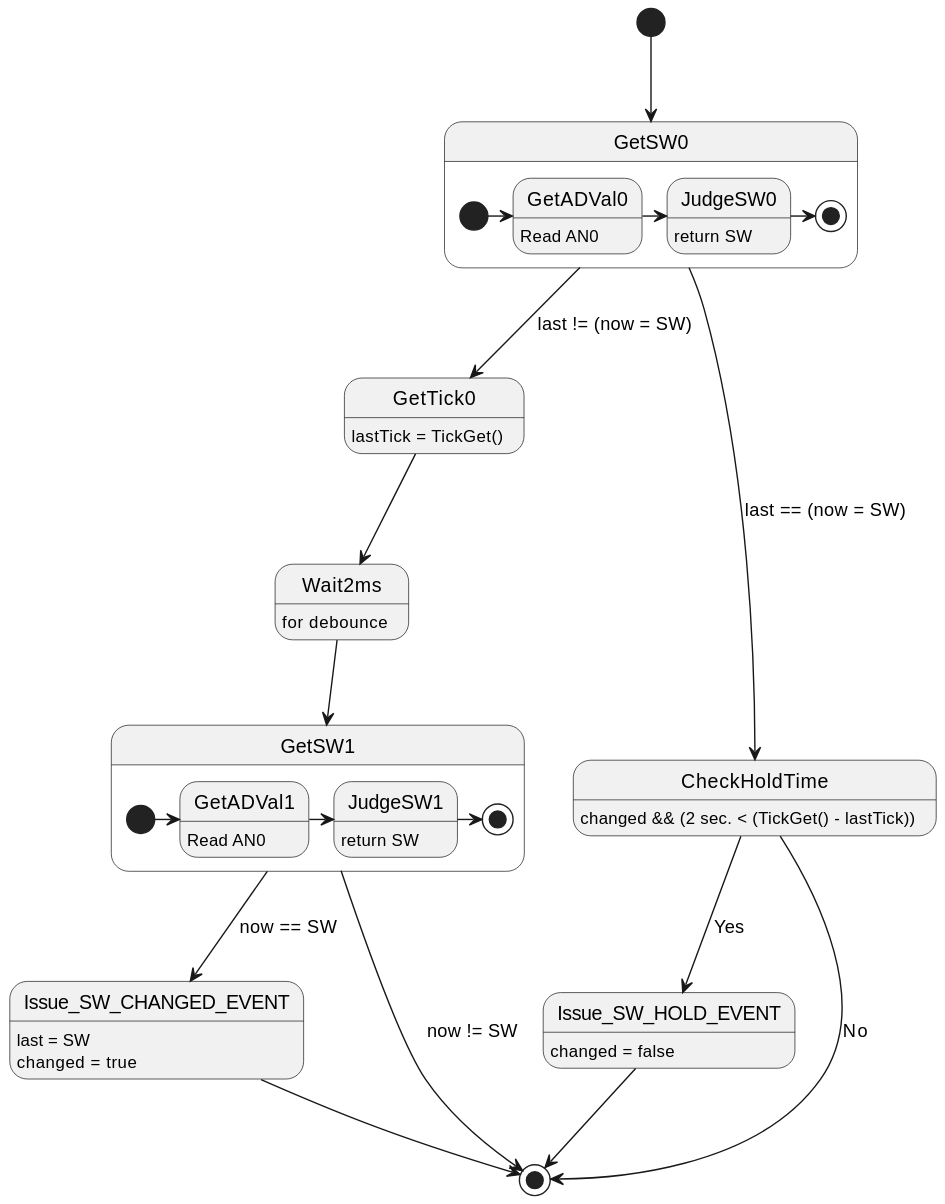
JJ1LFO/NoasArk_PTBS-1_Mod keeps this PlantUML diagram as src/Documents/UML/foot_sw.svg. Above is the earlier version.
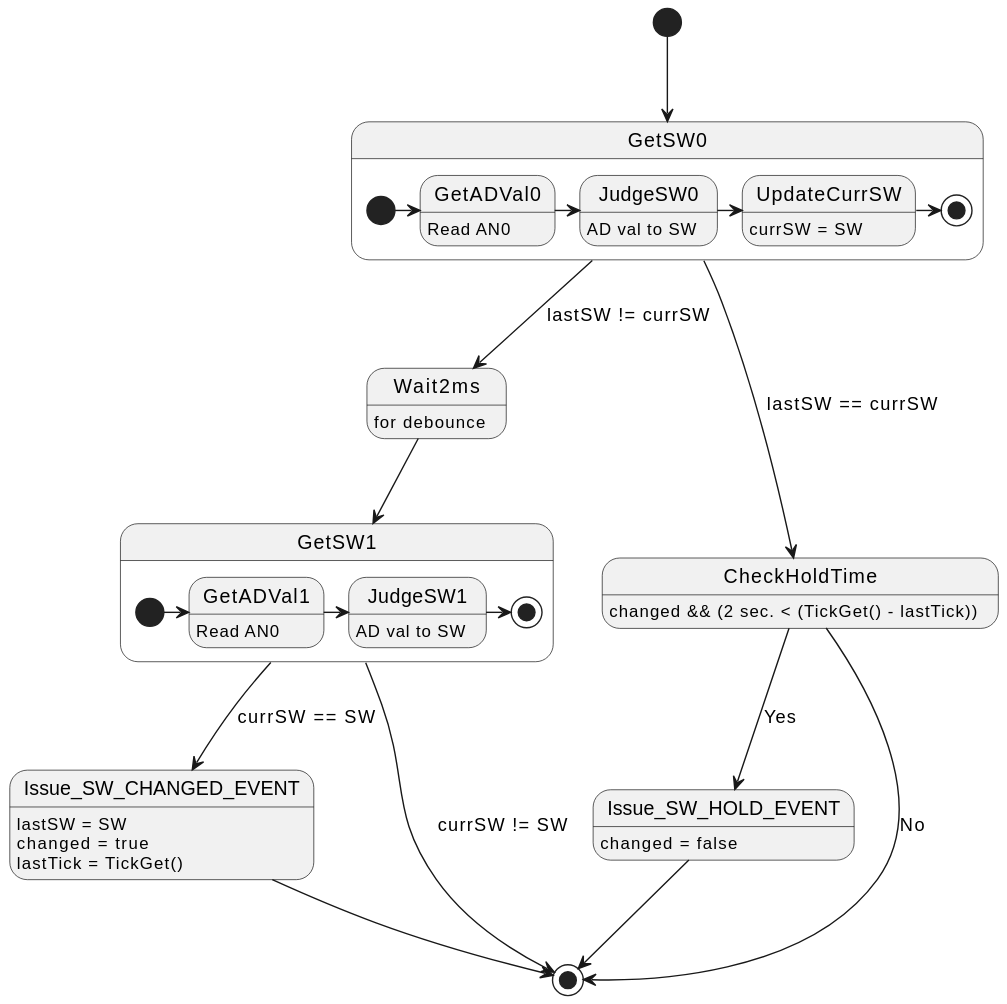
Above is the later version.

Diff of the diagram source:
```diff
@@ -4,16 +4,18 @@
 
 state GetSW0 {
 	state GetADVal0 : Read AN0
-	state JudgeSW0 : return SW
+	state JudgeSW0 : AD val to SW
+	state UpdateCurrSW : currSW = SW
 
 	[*] -> GetADVal0
 	GetADVal0 -> JudgeSW0
-	JudgeSW0 -> [*]
+	JudgeSW0 -> UpdateCurrSW
+	UpdateCurrSW -> [*]
 }
 
 state GetSW1 {
 	state GetADVal1 : Read AN0
-	state JudgeSW1 : return SW
+	state JudgeSW1 : AD val to SW
 
 	[*] -> GetADVal1
 	GetADVal1 -> JudgeSW1
@@ -22,20 +24,19 @@
 
 
 [*] --> GetSW0
-GetSW0 --> CheckHoldTime	: last == (now = SW)
-GetSW0 --> GetTick0	: last != (now = SW)
+GetSW0 --> CheckHoldTime	: lastSW == currSW
+GetSW0 --> Wait2ms	: lastSW != currSW
 
-state GetTick0 : lastTick = TickGet()
-state Wait2ms : for debounce
-GetTick0 --> Wait2ms
+state Wait2ms :	for debounce
 Wait2ms --> GetSW1
 
 state Issue_SW_CHANGED_EVENT
-	Issue_SW_CHANGED_EVENT : last = SW
+	Issue_SW_CHANGED_EVENT : lastSW = SW
 	Issue_SW_CHANGED_EVENT : changed = true
+	Issue_SW_CHANGED_EVENT : lastTick = TickGet()
 
-GetSW1 --> Issue_SW_CHANGED_EVENT : now == SW
-GetSW1 --> [*] : now != SW
+GetSW1 --> Issue_SW_CHANGED_EVENT : currSW == SW
+GetSW1 --> [*] : currSW != SW
 Issue_SW_CHANGED_EVENT --> [*]
 
 
```
